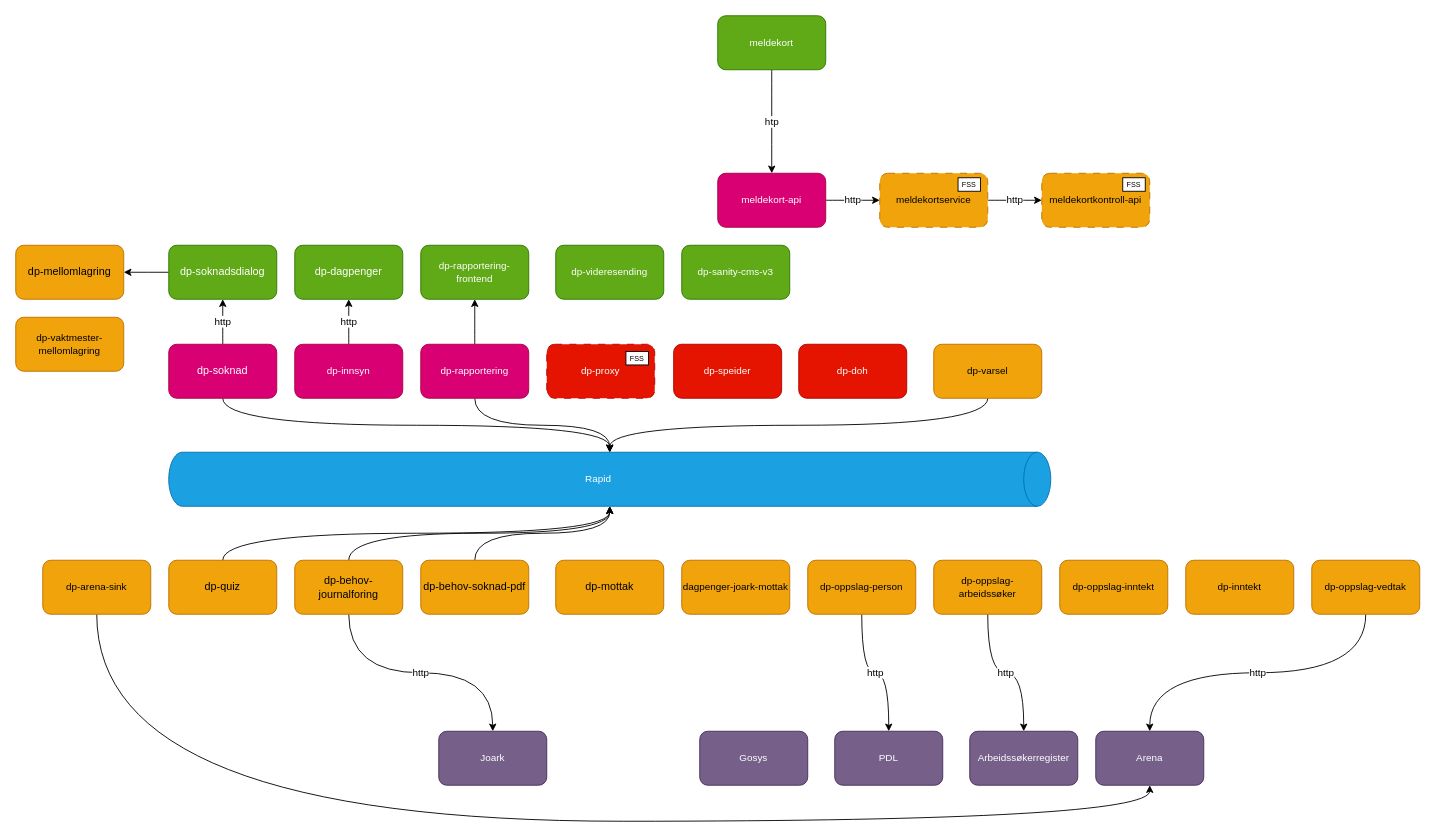
Earlier version of the draw.io diagram docs/innbyggerflater/overordnet-arkitektur.drawio (navikt/dp-dokumentasjon). Source tidied: cells renumbered, new cells numbered last; positions are measured from the earlier drawing's top-left corner, leaving out a move shared by most shapes. Both pictures are drawn from the tidied source at 90%, with x=0, y=0 at pixel (15, 15).
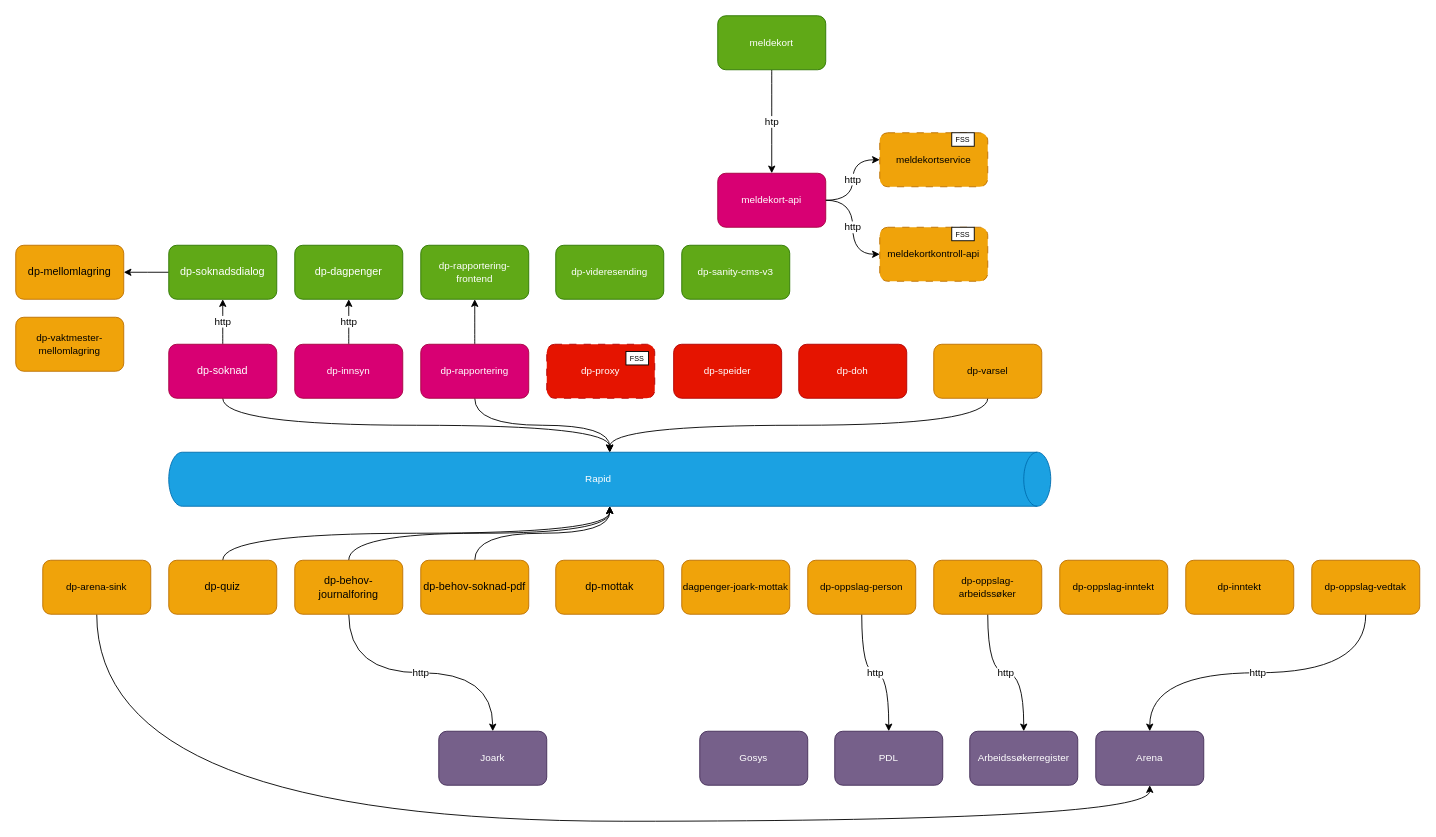
The same page after the edit.

Commit message (it also covers changes not shown here):
Meldeplikt arkitektur

The change refers to these unchanged cells:
```xml
<mxCell id="39" value="meldekort-api" style="whiteSpace=wrap;html=1;fontSize=11;rounded=1;fillColor=#d80073;fontColor=#ffffff;strokeColor=#A50040;" parent="1" vertex="1">
  <mxGeometry x="780" y="175" width="120" height="60" as="geometry" />
</mxCell>
```

Diff of the diagram source:
```diff
@@
-    <mxCell id="38" value="http" style="edgeStyle=orthogonalEdgeStyle;shape=connector;curved=1;rounded=1;html=1;labelBackgroundColor=default;strokeColor=default;fontFamily=Helvetica;fontSize=11;fontColor=default;endArrow=classic;" parent="1" edge="1" source="39" target="43">
+    <mxCell id="38" value="http" style="edgeStyle=orthogonalEdgeStyle;shape=connector;curved=1;rounded=1;html=1;labelBackgroundColor=default;strokeColor=default;fontFamily=Helvetica;fontSize=11;fontColor=default;endArrow=classic;entryX=0;entryY=0.5;entryDx=0;entryDy=0;" parent="1" edge="1" source="39" target="43">
       <mxGeometry relative="1" as="geometry" />
     </mxCell>
@@
-    <mxCell id="42" value="http" style="edgeStyle=orthogonalEdgeStyle;shape=connector;curved=1;rounded=1;html=1;entryX=0;entryY=0.5;entryDx=0;entryDy=0;labelBackgroundColor=default;strokeColor=default;fontFamily=Helvetica;fontSize=11;fontColor=default;endArrow=classic;" parent="1" edge="1" source="43" target="44">
+    <mxCell id="42" value="http" style="edgeStyle=orthogonalEdgeStyle;shape=connector;curved=1;rounded=1;html=1;entryX=0;entryY=0.5;entryDx=0;entryDy=0;labelBackgroundColor=default;strokeColor=default;fontFamily=Helvetica;fontSize=11;fontColor=default;endArrow=classic;exitX=1;exitY=0.5;exitDx=0;exitDy=0;" parent="1" edge="1" source="39" target="44">
       <mxGeometry relative="1" as="geometry" />
     </mxCell>
     <mxCell id="43" value="meldekortservice" style="whiteSpace=wrap;html=1;fontSize=11;rounded=1;dashed=1;dashPattern=8 8;fillColor=#f0a30a;fontColor=#000000;strokeColor=#BD7000;" parent="1" vertex="1">
-      <mxGeometry x="960" y="175" width="120" height="60" as="geometry" />
+      <mxGeometry x="960" y="130" width="120" height="60" as="geometry" />
     </mxCell>
     <mxCell id="44" value="meldekortkontroll-api" style="whiteSpace=wrap;html=1;fontSize=11;rounded=1;dashed=1;dashPattern=8 8;fillColor=#f0a30a;fontColor=#000000;strokeColor=#BD7000;" parent="1" vertex="1">
-      <mxGeometry x="1140" y="175" width="120" height="60" as="geometry" />
+      <mxGeometry x="960" y="235" width="120" height="60" as="geometry" />
     </mxCell>
@@
     <mxCell id="55" value="FSS" style="rounded=0;whiteSpace=wrap;html=1;fontFamily=Helvetica;fontSize=8;" parent="1" vertex="1">
-      <mxGeometry x="1047" y="180" width="25" height="15" as="geometry" />
+      <mxGeometry x="1040" y="130" width="25" height="15" as="geometry" />
     </mxCell>
     <mxCell id="56" value="FSS" style="rounded=0;whiteSpace=wrap;html=1;fontFamily=Helvetica;fontSize=8;" parent="1" vertex="1">
-      <mxGeometry x="1230" y="180" width="25" height="15" as="geometry" />
+      <mxGeometry x="1040" y="235" width="25" height="15" as="geometry" />
     </mxCell>
```
